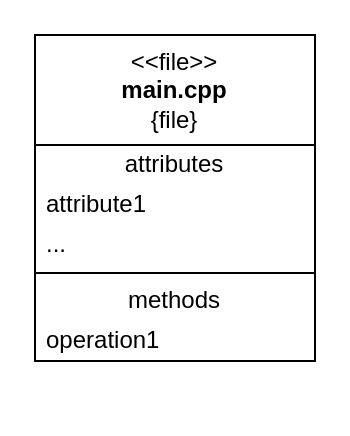
Before: page "class" (2 of 2) of diagram.drawio in Nick-Miras/theft-device, a draw.io diagram. Source tidied: cells renumbered, new cells numbered last; positions are measured from the earlier drawing's top-left corner, leaving out a move shared by most shapes. Both pictures are drawn from the tidied source at 200%, with x=0, y=0 at pixel (34, 34).
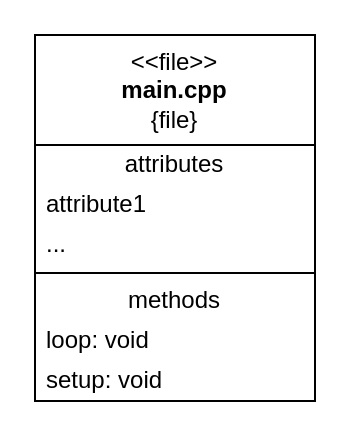
The same page after the edit.

What changed in the source:
```diff
@@
 <mxGraphModel>
   <root>
     <mxCell id="0" />
     <mxCell id="1" parent="0" />
     <mxCell id="2" value="&amp;lt;&amp;lt;file&amp;gt;&amp;gt;&lt;br&gt;&lt;b&gt;main.cpp&lt;/b&gt;&lt;div&gt;{file}&lt;/div&gt;" style="swimlane;fontStyle=0;align=center;verticalAlign=top;horizontal=1;startSize=55;html=1;whiteSpace=wrap;" parent="1" vertex="1">
-      <mxGeometry width="140" height="163" as="geometry" />
+      <mxGeometry width="140" height="183" as="geometry" />
     </mxCell>
     <mxCell id="3" value="attributes" style="text;html=1;strokeColor=none;fillColor=none;align=center;verticalAlign=middle;spacingLeft=4;spacingRight=4;overflow=hidden;whiteSpace=wrap;" parent="2" vertex="1">
       <mxGeometry y="55" width="140" height="20" as="geometry" />
     </mxCell>
     <mxCell id="4" value="attribute1" style="text;html=1;strokeColor=none;fillColor=none;align=left;verticalAlign=middle;spacingLeft=4;spacingRight=4;overflow=hidden;whiteSpace=wrap;" parent="2" vertex="1">
       <mxGeometry y="75" width="140" height="20" as="geometry" />
     </mxCell>
     <mxCell id="5" value="..." style="text;html=1;strokeColor=none;fillColor=none;align=left;verticalAlign=middle;spacingLeft=4;spacingRight=4;overflow=hidden;whiteSpace=wrap;" parent="2" vertex="1">
       <mxGeometry y="95" width="140" height="20" as="geometry" />
     </mxCell>
     <mxCell id="6" style="line;strokeWidth=1;fillColor=none;align=left;verticalAlign=middle;spacingTop=-1;spacingLeft=3;spacingRight=3;labelPosition=right;" parent="2" vertex="1">
       <mxGeometry y="115" width="140" height="8" as="geometry" />
     </mxCell>
     <mxCell id="7" value="methods" style="text;html=1;strokeColor=none;fillColor=none;align=center;verticalAlign=middle;spacingLeft=4;spacingRight=4;overflow=hidden;whiteSpace=wrap;" parent="2" vertex="1">
       <mxGeometry y="123" width="140" height="20" as="geometry" />
     </mxCell>
-    <mxCell id="8" value="operation1" style="text;html=1;strokeColor=none;fillColor=none;align=left;verticalAlign=middle;spacingLeft=4;spacingRight=4;overflow=hidden;whiteSpace=wrap;" parent="2" vertex="1">
+    <mxCell id="8" value="loop: void" style="text;html=1;strokeColor=none;fillColor=none;align=left;verticalAlign=middle;spacingLeft=4;spacingRight=4;overflow=hidden;whiteSpace=wrap;" parent="2" vertex="1">
       <mxGeometry y="143" width="140" height="20" as="geometry" />
     </mxCell>
+    <mxCell id="9" value="setup: void" style="text;html=1;strokeColor=none;fillColor=none;align=left;verticalAlign=middle;spacingLeft=4;spacingRight=4;overflow=hidden;whiteSpace=wrap;" parent="2" vertex="1">
+      <mxGeometry y="163" width="140" height="20" as="geometry" />
+    </mxCell>
   </root>
 </mxGraphModel>
```
